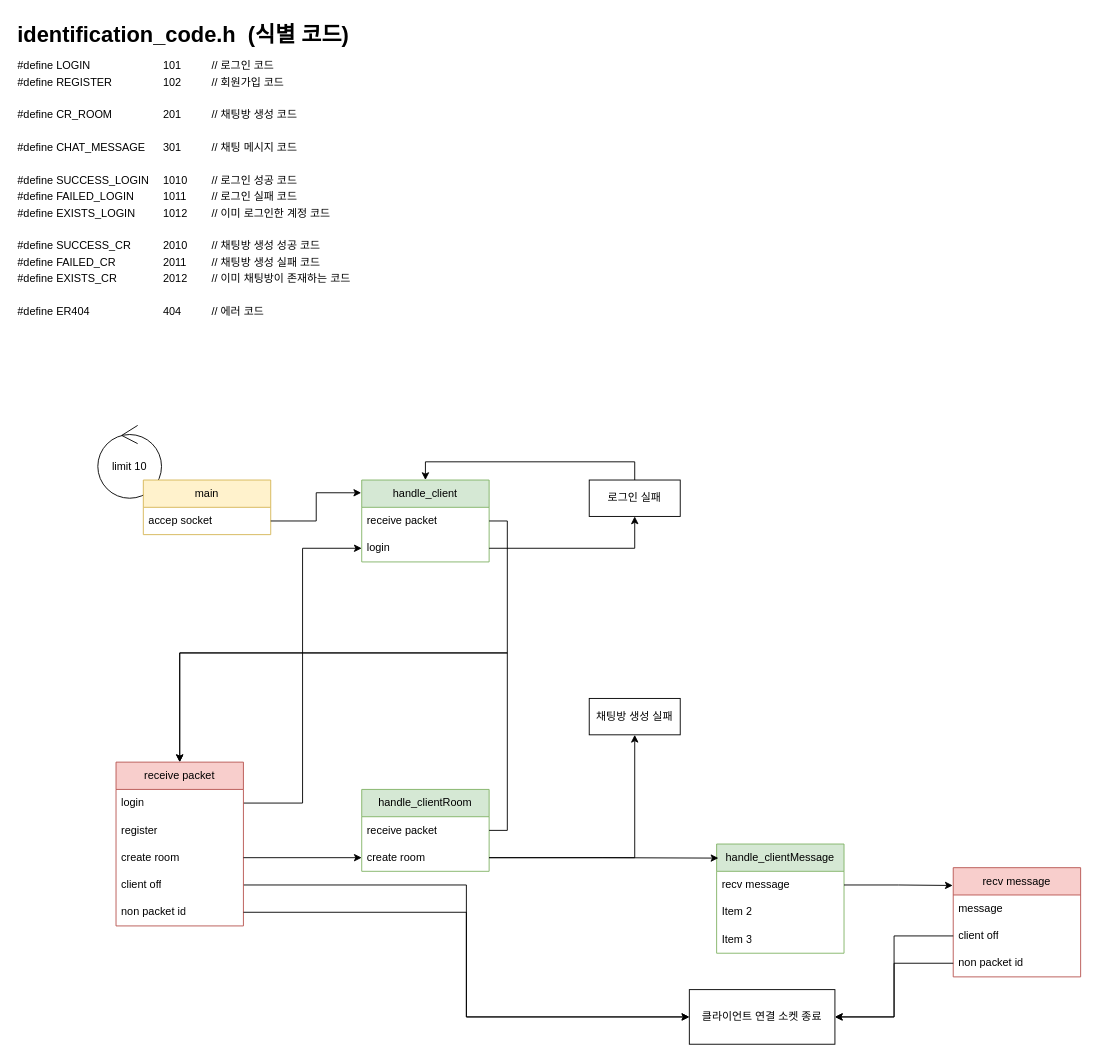
jh051777/chat keeps this draw.io diagram as 0924 소켓 서버.drawio. Above is the earlier version. Source tidied: cells renumbered, new cells numbered last; positions are measured from the earlier drawing's top-left corner, leaving out a move shared by most shapes. Both pictures are drawn from the tidied source at 91%, with x=0, y=0 at pixel (15, 15).
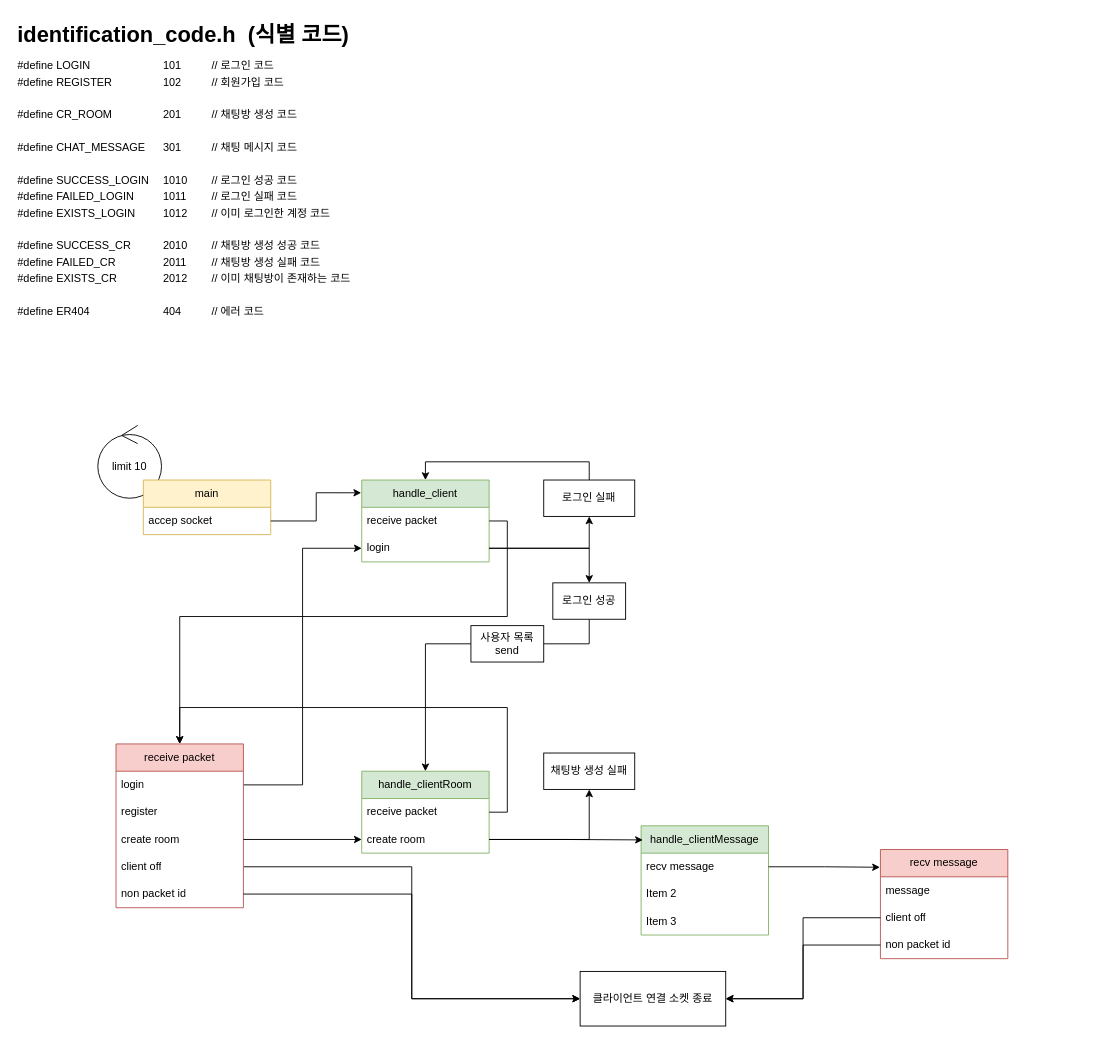
The same page after the edit.

Commit message:
0926 소켓 서버.drawio 업데이트

Unchanged cells that the change refers to:
```xml
<mxCell id="6" value="handle_client" style="swimlane;fontStyle=0;horizontal=1;startSize=30;whiteSpace=wrap;html=1;fillColor=#d5e8d4;strokeColor=#82b366;" parent="1" vertex="1">
  <mxGeometry x="380" y="510" width="140" height="90" as="geometry" />
</mxCell>
<mxCell id="7" value="receive packet" style="text;strokeColor=none;fillColor=none;align=left;verticalAlign=middle;spacingLeft=4;spacingRight=4;overflow=hidden;points=[[0,0.5],[1,0.5]];portConstraint=eastwest;whiteSpace=wrap;html=1;" parent="6" vertex="1">
  <mxGeometry y="30" width="140" height="30" as="geometry" />
</mxCell>
<mxCell id="8" value="login" style="text;strokeColor=none;fillColor=none;align=left;verticalAlign=middle;spacingLeft=4;spacingRight=4;overflow=hidden;points=[[0,0.5],[1,0.5]];portConstraint=eastwest;whiteSpace=wrap;html=1;" parent="6" vertex="1">
  <mxGeometry y="60" width="140" height="30" as="geometry" />
</mxCell>
<mxCell id="22" value="receive packet" style="text;strokeColor=none;fillColor=none;align=left;verticalAlign=middle;spacingLeft=4;spacingRight=4;overflow=hidden;points=[[0,0.5],[1,0.5]];portConstraint=eastwest;whiteSpace=wrap;html=1;" parent="21" vertex="1">
  <mxGeometry y="30" width="140" height="30" as="geometry" />
</mxCell>
```

Change to the diagram source:
```diff
@@
     <mxCell id="11" value="receive packet" style="swimlane;fontStyle=0;horizontal=1;startSize=30;whiteSpace=wrap;html=1;fillColor=#f8cecc;strokeColor=#b85450;" parent="1" vertex="1">
-      <mxGeometry x="110" y="820" width="140" height="180" as="geometry" />
+      <mxGeometry x="110" y="800" width="140" height="180" as="geometry" />
     </mxCell>
@@
     <mxCell id="17" value="recv message" style="swimlane;fontStyle=0;horizontal=1;startSize=30;whiteSpace=wrap;html=1;fillColor=#f8cecc;strokeColor=#b85450;" parent="1" vertex="1">
-      <mxGeometry x="1030" y="936" width="140" height="120" as="geometry" />
+      <mxGeometry x="950" y="916" width="140" height="120" as="geometry" />
     </mxCell>
@@
     <mxCell id="21" value="handle_clientRoom" style="swimlane;fontStyle=0;horizontal=1;startSize=30;whiteSpace=wrap;html=1;fillColor=#d5e8d4;strokeColor=#82b366;" parent="1" vertex="1">
-      <mxGeometry x="380" y="850" width="140" height="90" as="geometry" />
+      <mxGeometry x="380" y="830" width="140" height="90" as="geometry" />
     </mxCell>
@@
     <mxCell id="25" style="edgeStyle=orthogonalEdgeStyle;rounded=0;jettySize=auto;html=1;exitX=0.5;exitY=0;exitDx=0;exitDy=0;entryX=0.5;entryY=0;entryDx=0;entryDy=0;" parent="1" edge="1" source="26" target="6">
-      <mxGeometry relative="1" as="geometry">
-        <Array as="points">
-          <mxPoint x="680" y="490" />
-          <mxPoint x="450" y="490" />
-        </Array>
-      </mxGeometry>
+      <mxGeometry relative="1" as="geometry" />
     </mxCell>
     <mxCell id="26" value="로그인 실패" style="rounded=0;whiteSpace=wrap;html=1;" parent="1" vertex="1">
-      <mxGeometry x="630" y="510" width="100" height="40" as="geometry" />
+      <mxGeometry x="580" y="510" width="100" height="40" as="geometry" />
     </mxCell>
@@
     <mxCell id="28" value="채팅방 생성 실패" style="rounded=0;whiteSpace=wrap;html=1;" parent="1" vertex="1">
-      <mxGeometry x="630" y="750" width="100" height="40" as="geometry" />
+      <mxGeometry x="580" y="810" width="100" height="40" as="geometry" />
     </mxCell>
@@
     <mxCell id="31" value="handle_clientMessage" style="swimlane;fontStyle=0;horizontal=1;startSize=30;whiteSpace=wrap;html=1;fillColor=#d5e8d4;strokeColor=#82b366;" parent="1" vertex="1">
-      <mxGeometry x="770" y="910" width="140" height="120" as="geometry" />
+      <mxGeometry x="687" y="890" width="140" height="120" as="geometry" />
     </mxCell>
@@
     <mxCell id="36" style="edgeStyle=orthogonalEdgeStyle;rounded=0;jettySize=auto;html=1;exitX=1;exitY=0.5;exitDx=0;exitDy=0;entryX=0.5;entryY=0;entryDx=0;entryDy=0;" parent="1" edge="1" source="7" target="11">
       <mxGeometry relative="1" as="geometry">
         <Array as="points">
           <mxPoint x="540" y="555" />
-          <mxPoint x="540" y="700" />
-          <mxPoint x="180" y="700" />
+          <mxPoint x="540" y="660" />
+          <mxPoint x="180" y="660" />
         </Array>
       </mxGeometry>
     </mxCell>
     <mxCell id="37" style="edgeStyle=orthogonalEdgeStyle;rounded=0;jettySize=auto;html=1;exitX=1;exitY=0.5;exitDx=0;exitDy=0;entryX=0.5;entryY=0;entryDx=0;entryDy=0;" parent="1" edge="1" source="22" target="11">
       <mxGeometry relative="1" as="geometry">
         <Array as="points">
-          <mxPoint x="540" y="895" />
-          <mxPoint x="540" y="700" />
-          <mxPoint x="180" y="700" />
+          <mxPoint x="540" y="875" />
+          <mxPoint x="540" y="760" />
+          <mxPoint x="180" y="760" />
         </Array>
       </mxGeometry>
     </mxCell>
     <mxCell id="38" value="클라이언트 연결 소켓 종료" style="rounded=0;whiteSpace=wrap;html=1;" parent="1" vertex="1">
-      <mxGeometry x="740" y="1070" width="160" height="60" as="geometry" />
+      <mxGeometry x="620" y="1050" width="160" height="60" as="geometry" />
     </mxCell>
@@
+    <mxCell id="43" style="edgeStyle=orthogonalEdgeStyle;rounded=0;jettySize=auto;html=1;exitX=1;exitY=0.5;exitDx=0;exitDy=0;entryX=0.5;entryY=0;entryDx=0;entryDy=0;" parent="1" edge="1" source="8" target="45">
+      <mxGeometry relative="1" as="geometry" />
+    </mxCell>
+    <mxCell id="44" style="edgeStyle=orthogonalEdgeStyle;rounded=0;jettySize=auto;html=1;exitX=0.5;exitY=1;exitDx=0;exitDy=0;entryX=0.5;entryY=0;entryDx=0;entryDy=0;" parent="1" edge="1" source="47" target="21">
+      <mxGeometry relative="1" as="geometry">
+        <Array as="points">
+          <mxPoint x="450" y="690" />
+        </Array>
+      </mxGeometry>
+    </mxCell>
+    <mxCell id="45" value="로그인 성공" style="rounded=0;whiteSpace=wrap;html=1;" parent="1" vertex="1">
+      <mxGeometry x="590" y="623" width="80" height="40" as="geometry" />
+    </mxCell>
+    <mxCell id="46" style="edgeStyle=orthogonalEdgeStyle;rounded=0;jettySize=auto;html=1;exitX=0.5;exitY=1;exitDx=0;exitDy=0;entryX=0.5;entryY=0;entryDx=0;entryDy=0;" parent="1" edge="1" source="45" target="47">
+      <mxGeometry relative="1" as="geometry">
+        <Array as="points">
+          <mxPoint x="630" y="690" />
+        </Array>
+      </mxGeometry>
+    </mxCell>
+    <mxCell id="47" value="사용자 목록 send" style="rounded=0;whiteSpace=wrap;html=1;" parent="1" vertex="1">
+      <mxGeometry x="500" y="670" width="80" height="40" as="geometry" />
+    </mxCell>
```
